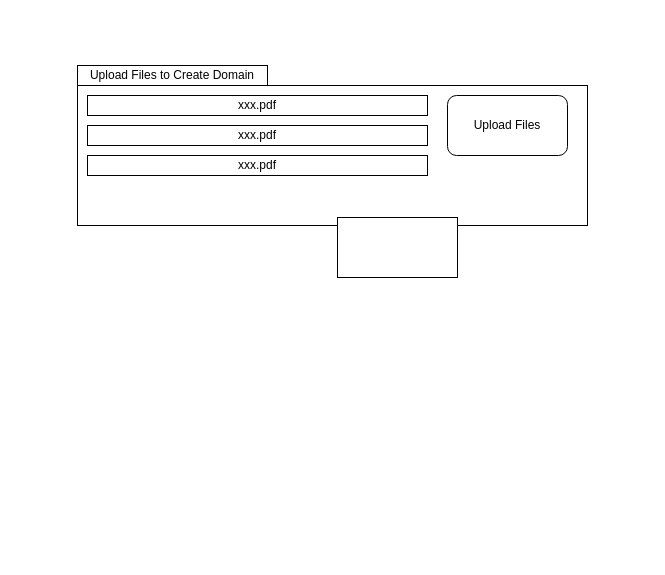
This is Untitled Diagram.drawio from twpwong/language-learning, a draw.io file, before an edit. Source tidied: cells renumbered, new cells numbered last; positions are measured from the earlier drawing's top-left corner, leaving out a move shared by most shapes. Both pictures are drawn from the tidied source at 100%, with x=0, y=0 at pixel (77, 65).
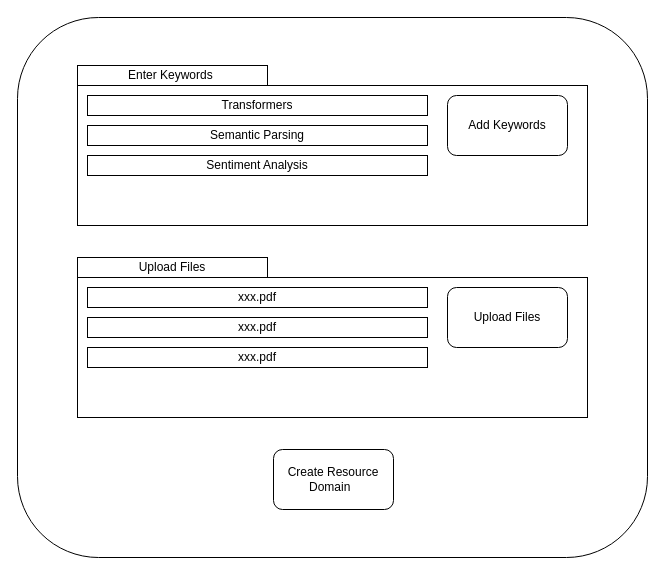
After the change.

Diff of the diagram source:
```diff
@@
 <mxGraphModel>
   <root>
     <mxCell id="0" />
     <mxCell id="1" parent="0" />
+    <mxCell id="10" style="group;" parent="1" vertex="1">
+      <mxGeometry x="-60" y="-48" width="630" height="540" as="geometry" />
+    </mxCell>
+    <mxCell id="11" style="rounded=1;whiteSpace=wrap;html=1;" parent="10" vertex="1">
+      <mxGeometry width="630" height="540" as="geometry" />
+    </mxCell>
-    <mxCell id="2" style="group;" parent="1" vertex="1">
-      <mxGeometry width="510" height="160" as="geometry" />
+    <mxCell id="2" style="group;" parent="10" vertex="1">
+      <mxGeometry x="60" y="48" width="510" height="160" as="geometry" />
     </mxCell>
     <mxCell id="3" style="rounded=0;whiteSpace=wrap;html=1;" parent="2" vertex="1">
       <mxGeometry y="20" width="510" height="140" as="geometry" />
     </mxCell>
-    <mxCell id="4" value="xxx.pdf" style="rounded=0;whiteSpace=wrap;html=1;" parent="2" vertex="1">
+    <mxCell id="4" value="Transformers" style="rounded=0;whiteSpace=wrap;html=1;" parent="2" vertex="1">
       <mxGeometry x="10" y="30" width="340" height="20" as="geometry" />
     </mxCell>
-    <mxCell id="5" value="Upload Files" style="rounded=1;whiteSpace=wrap;html=1;" parent="2" vertex="1">
+    <mxCell id="5" value="Add Keywords" style="rounded=1;whiteSpace=wrap;html=1;" parent="2" vertex="1">
       <mxGeometry x="370" y="30" width="120" height="60" as="geometry" />
     </mxCell>
-    <mxCell id="6" value="xxx.pdf" style="rounded=0;whiteSpace=wrap;html=1;" parent="2" vertex="1">
+    <mxCell id="6" value="Sentiment Analysis" style="rounded=0;whiteSpace=wrap;html=1;" parent="2" vertex="1">
       <mxGeometry x="10" y="90" width="340" height="20" as="geometry" />
     </mxCell>
-    <mxCell id="7" value="xxx.pdf" style="rounded=0;whiteSpace=wrap;html=1;" parent="2" vertex="1">
+    <mxCell id="7" value="Semantic Parsing" style="rounded=0;whiteSpace=wrap;html=1;" parent="2" vertex="1">
       <mxGeometry x="10" y="60" width="340" height="20" as="geometry" />
     </mxCell>
-    <mxCell id="8" value="Upload Files to Create Domain" style="rounded=0;whiteSpace=wrap;html=1;" parent="2" vertex="1">
+    <mxCell id="8" value="Enter Keywords&amp;nbsp;" style="rounded=0;whiteSpace=wrap;html=1;" parent="2" vertex="1">
       <mxGeometry width="190" height="20" as="geometry" />
     </mxCell>
-    <mxCell id="9" style="rounded=0;whiteSpace=wrap;html=1;" parent="1" vertex="1">
-      <mxGeometry x="260" y="152" width="120" height="60" as="geometry" />
-    </mxCell>
+    <mxCell id="12" style="group;" parent="10" vertex="1">
+      <mxGeometry x="60" y="240" width="510" height="160" as="geometry" />
+    </mxCell>
+    <mxCell id="13" style="rounded=0;whiteSpace=wrap;html=1;" parent="12" vertex="1">
+      <mxGeometry y="20" width="510" height="140" as="geometry" />
+    </mxCell>
+    <mxCell id="14" value="xxx.pdf" style="rounded=0;whiteSpace=wrap;html=1;" parent="12" vertex="1">
+      <mxGeometry x="10" y="30" width="340" height="20" as="geometry" />
+    </mxCell>
+    <mxCell id="15" value="Upload Files" style="rounded=1;whiteSpace=wrap;html=1;" parent="12" vertex="1">
+      <mxGeometry x="370" y="30" width="120" height="60" as="geometry" />
+    </mxCell>
+    <mxCell id="16" value="xxx.pdf" style="rounded=0;whiteSpace=wrap;html=1;" parent="12" vertex="1">
+      <mxGeometry x="10" y="90" width="340" height="20" as="geometry" />
+    </mxCell>
+    <mxCell id="17" value="xxx.pdf" style="rounded=0;whiteSpace=wrap;html=1;" parent="12" vertex="1">
+      <mxGeometry x="10" y="60" width="340" height="20" as="geometry" />
+    </mxCell>
+    <mxCell id="18" value="Upload Files" style="rounded=0;whiteSpace=wrap;html=1;" parent="12" vertex="1">
+      <mxGeometry width="190" height="20" as="geometry" />
+    </mxCell>
+    <mxCell id="19" value="Create Resource Domain &amp;nbsp;" style="rounded=1;whiteSpace=wrap;html=1;" parent="10" vertex="1">
+      <mxGeometry x="256" y="432" width="120" height="60" as="geometry" />
+    </mxCell>
   </root>
 </mxGraphModel>
```
